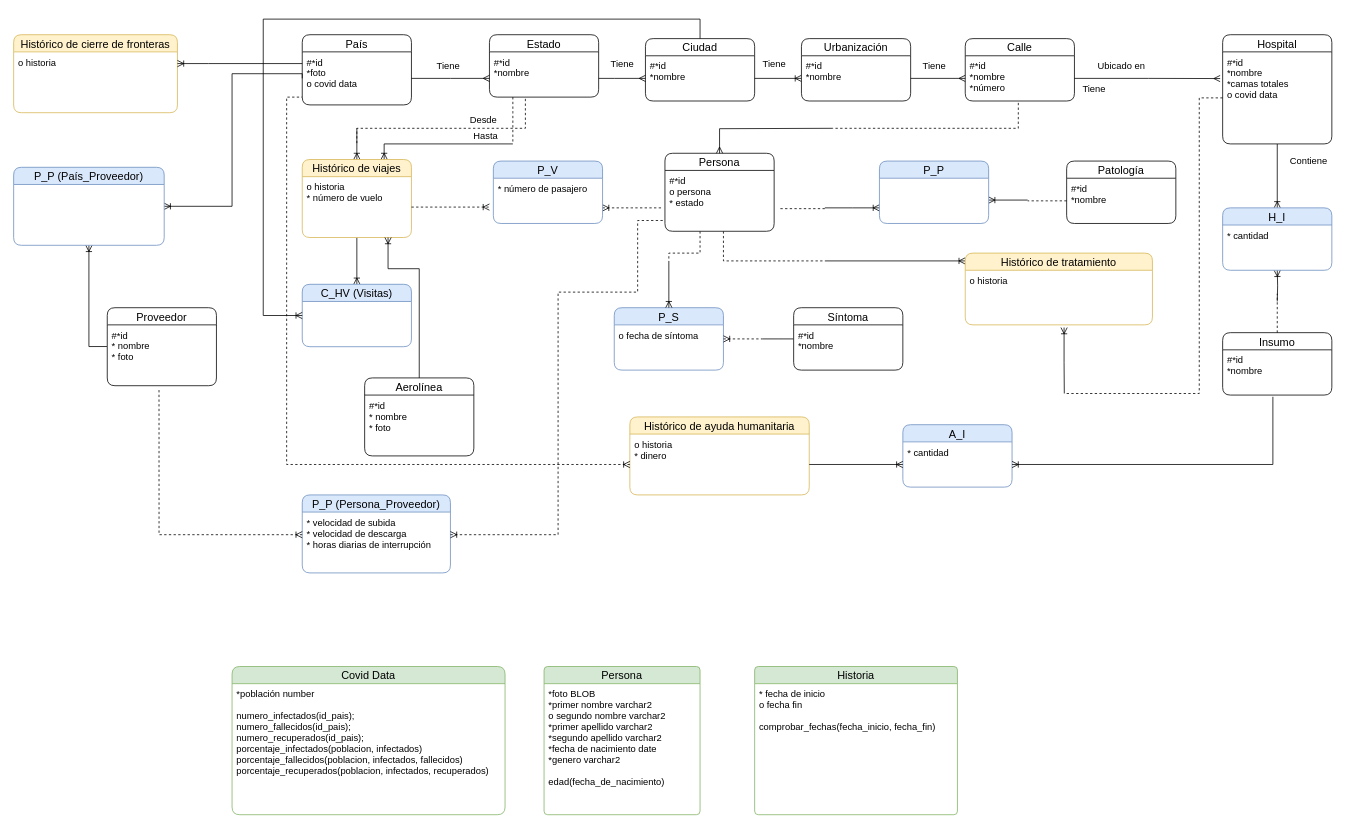
NeutronBlast/IS-Ex keeps this draw.io diagram as DB II/ER Prototype.drawio. Above is the earlier version. Source tidied: cells renumbered, new cells numbered last; positions are measured from the earlier drawing's top-left corner, leaving out a move shared by most shapes. Both pictures are drawn from the tidied source at 78%, with x=0, y=0 at pixel (13, 19).
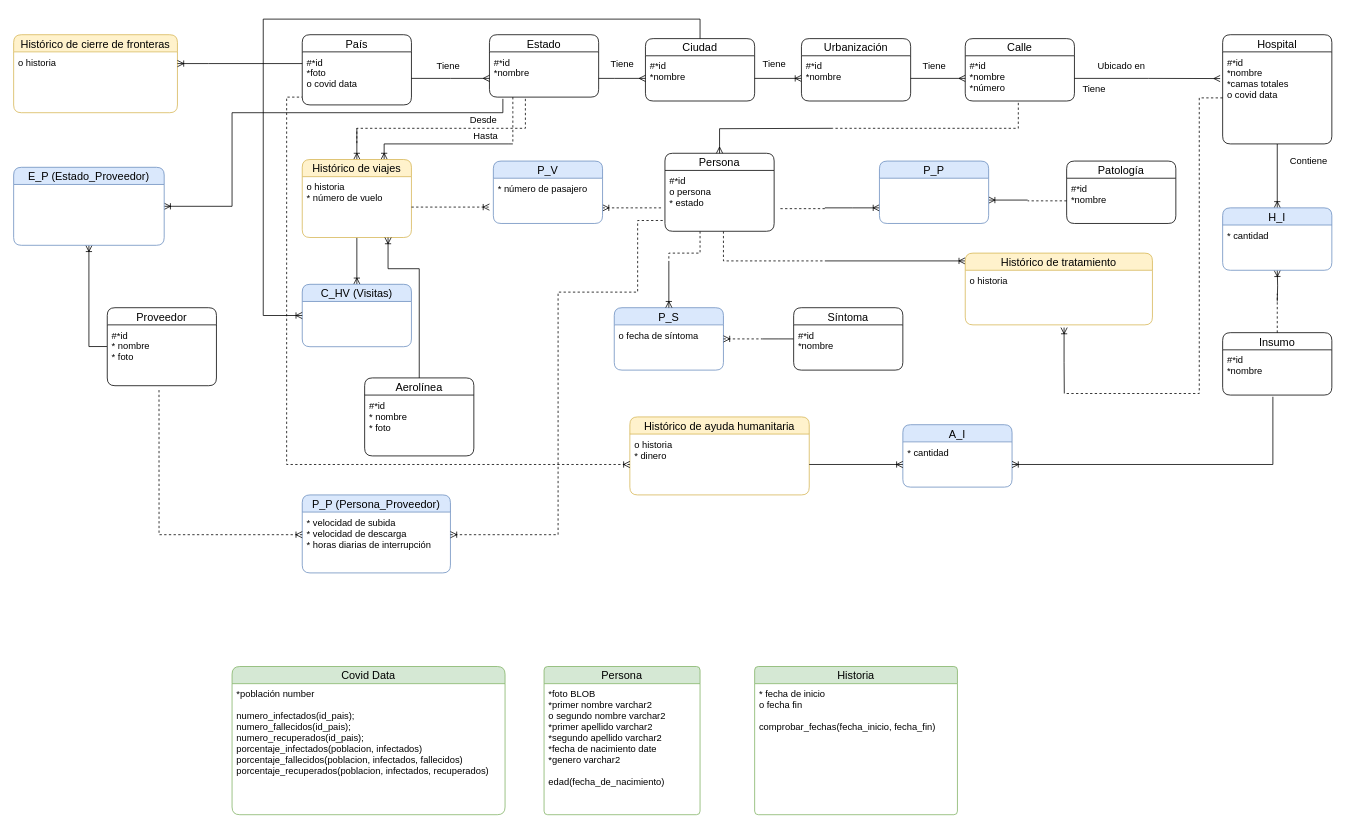
The same page after the edit.

Unchanged cells that the change refers to:
```xml
<mxCell id="6" value="#*id&#10;*foto&#10;o covid data" style="text;strokeColor=none;fillColor=none;spacingLeft=4;spacingRight=4;overflow=hidden;points=[[0,0.5],[1,0.5]];portConstraint=eastwest;fontSize=12;" parent="5" vertex="1">
  <mxGeometry y="22" width="140" height="68" as="geometry" />
</mxCell>
<mxCell id="11" value="#*id&#10;*nombre" style="text;strokeColor=none;fillColor=none;spacingLeft=4;spacingRight=4;overflow=hidden;points=[[0,0.5],[1,0.5]];portConstraint=eastwest;fontSize=12;" parent="10" vertex="1">
  <mxGeometry y="22" width="140" height="58" as="geometry" />
</mxCell>
```

The edit, as a diff of the source:
```diff
@@
-    <mxCell id="70" style="edgeStyle=orthogonalEdgeStyle;rounded=0;jettySize=auto;html=1;exitX=1;exitY=0.5;exitDx=0;exitDy=0;startArrow=ERoneToMany;startFill=0;endArrow=none;endFill=0;entryX=0;entryY=0.5;entryDx=0;entryDy=0;" parent="1" edge="1" source="71" target="6">
+    <mxCell id="70" style="edgeStyle=orthogonalEdgeStyle;rounded=0;jettySize=auto;html=1;exitX=1;exitY=0.5;exitDx=0;exitDy=0;startArrow=ERoneToMany;startFill=0;endArrow=none;endFill=0;entryX=0.123;entryY=1.038;entryDx=0;entryDy=0;entryPerimeter=0;" parent="1" edge="1" source="71" target="11">
       <mxGeometry relative="1" as="geometry">
         <Array as="points">
           <mxPoint x="280" y="240" />
-          <mxPoint x="280" y="70" />
-          <mxPoint x="370" y="70" />
+          <mxPoint x="280" y="120" />
+          <mxPoint x="627" y="120" />
         </Array>
       </mxGeometry>
     </mxCell>
-    <mxCell id="71" value="P_P (País_Proveedor)" style="swimlane;fontStyle=0;horizontal=1;startSize=22;fillColor=#dae8fc;swimlaneFillColor=#ffffff;align=center;fontSize=14;rounded=1;strokeColor=#6c8ebf;" parent="1" vertex="1">
+    <mxCell id="71" value="E_P (Estado_Proveedor)" style="swimlane;fontStyle=0;horizontal=1;startSize=22;fillColor=#dae8fc;swimlaneFillColor=#ffffff;align=center;fontSize=14;rounded=1;strokeColor=#6c8ebf;" parent="1" vertex="1">
       <mxGeometry y="190" width="193" height="100" as="geometry" />
     </mxCell>
```
